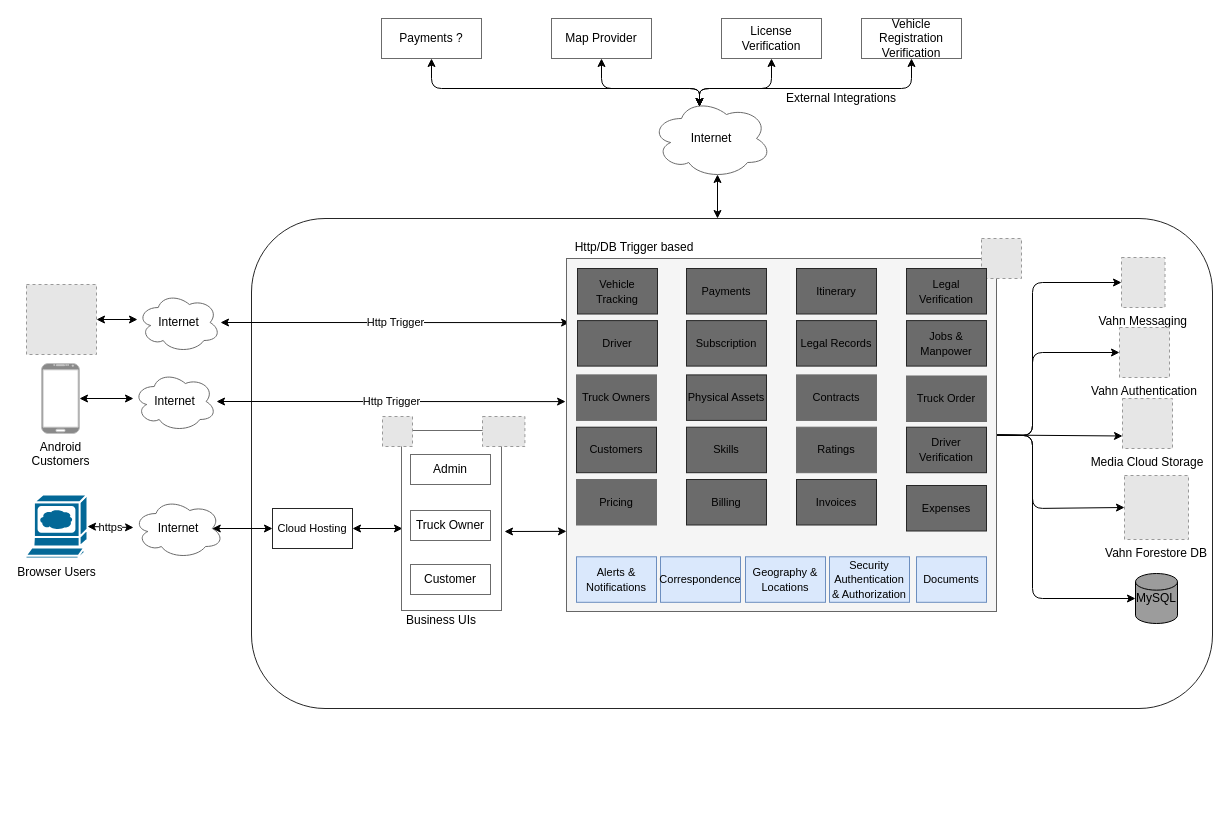
This is VahnArchitecture.drawio from nkapre/kapresoftprojects, a draw.io file, before an edit. Source tidied: cells renumbered, new cells numbered last; positions are measured from the earlier drawing's top-left corner, leaving out a move shared by most shapes. Both pictures are drawn from the tidied source at 100%, with x=0, y=0 at pixel (25, 18). Pictures stored in the file or linked from it are replaced by grey dashed boxes.
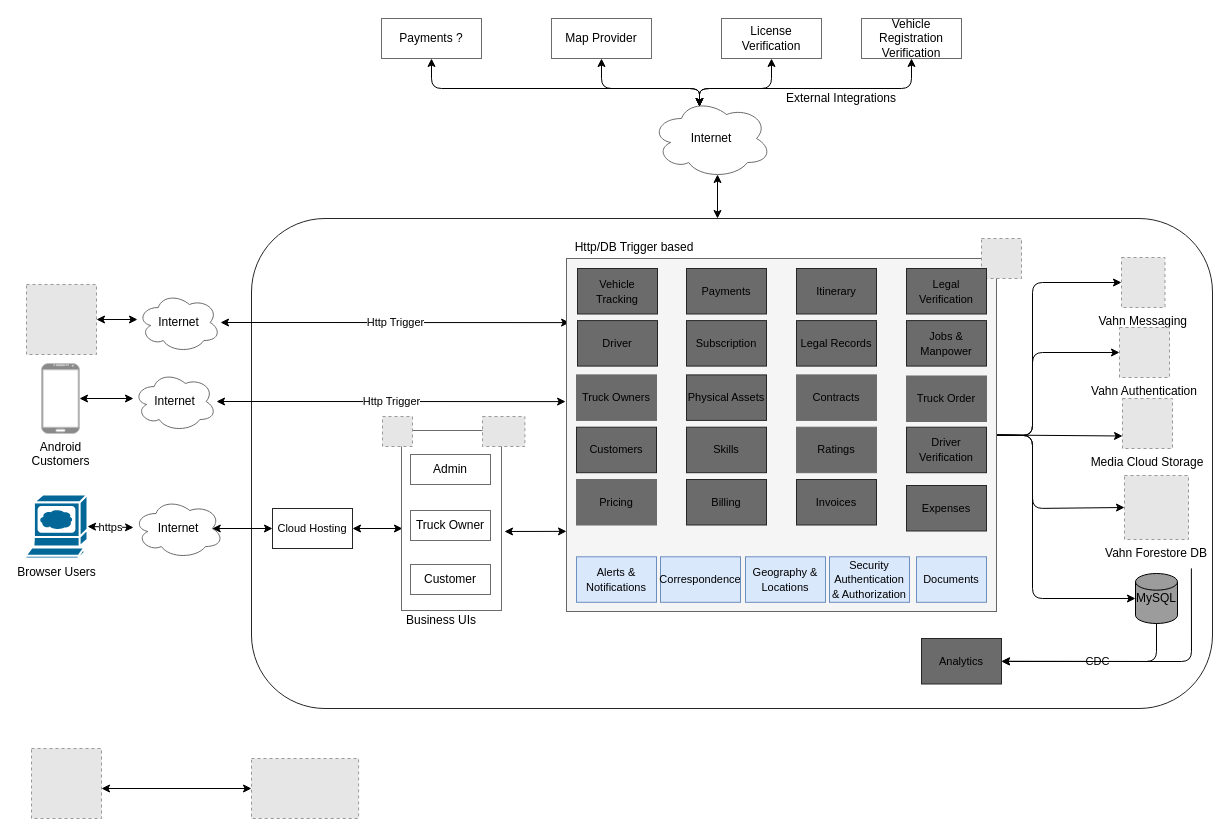
The same page after the edit.

The change refers to these unchanged cells:
```xml
<mxCell id="2" style="rounded=1;whiteSpace=wrap;html=1;strokeColor=#262626;" parent="1" vertex="1">
  <mxGeometry x="226" y="200" width="961" height="490" as="geometry" />
</mxCell>
```

Diff of the diagram source:
```diff
@@
+    <mxCell id="76" value="&lt;font style=&quot;font-size: 11px&quot;&gt;Analytics&lt;/font&gt;" style="rounded=0;whiteSpace=wrap;html=1;strokeColor=#262626;fillColor=#6B6B6B;" parent="1" vertex="1">
+      <mxGeometry x="896" y="620" width="80" height="45.5" as="geometry" />
+    </mxCell>
+    <mxCell id="77" value="CDC" style="endArrow=classic;html=1;entryX=1;entryY=0.5;entryDx=0;entryDy=0;" parent="1" edge="1" target="76">
+      <mxGeometry relative="1" as="geometry">
+        <mxPoint x="1131" y="605" as="sourcePoint" />
+        <Array as="points">
+          <mxPoint x="1131" y="643" />
+        </Array>
+      </mxGeometry>
+    </mxCell>
+    <mxCell id="78" style="endArrow=classic;html=1;exitX=0.978;exitY=0.714;exitDx=0;exitDy=0;exitPerimeter=0;" parent="1" edge="1" source="2">
+      <mxGeometry relative="1" as="geometry">
+        <mxPoint x="976" y="643" as="targetPoint" />
+        <Array as="points">
+          <mxPoint x="1166" y="643" />
+        </Array>
+      </mxGeometry>
+    </mxCell>
+    <mxCell id="79" style="fillColor=#E6E6E6;strokeColor=#999999;dashed=1;verticalLabelPosition=bottom;labelBackgroundColor=#ffffff;verticalAlign=top;" parent="1" vertex="1">
+      <mxGeometry x="6" y="730" width="70" height="70" as="geometry" />
+    </mxCell>
+    <mxCell id="80" style="fillColor=#E6E6E6;strokeColor=#999999;dashed=1;verticalLabelPosition=bottom;labelBackgroundColor=#ffffff;verticalAlign=top;" parent="1" vertex="1">
+      <mxGeometry x="226" y="740" width="107.1" height="60" as="geometry" />
+    </mxCell>
+    <mxCell id="81" style="endArrow=classic;startArrow=classic;html=1;" parent="1" edge="1">
+      <mxGeometry relative="1" as="geometry">
+        <mxPoint x="76" y="770" as="sourcePoint" />
+        <mxPoint x="226" y="770" as="targetPoint" />
+      </mxGeometry>
+    </mxCell>
```
